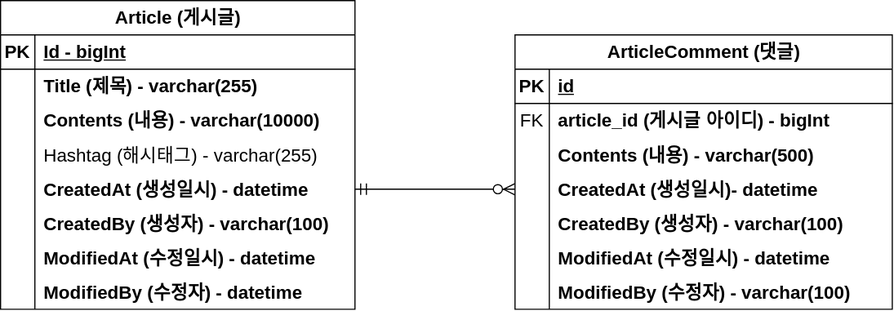
cdaosldk/fast-campus-project-board keeps this draw.io diagram as document/project-board-erd.drawio.svg. Above is the earlier version. Source tidied: cells renumbered, new cells last; positions are measured from the earlier drawing's top-left corner, leaving out a move shared by most shapes.
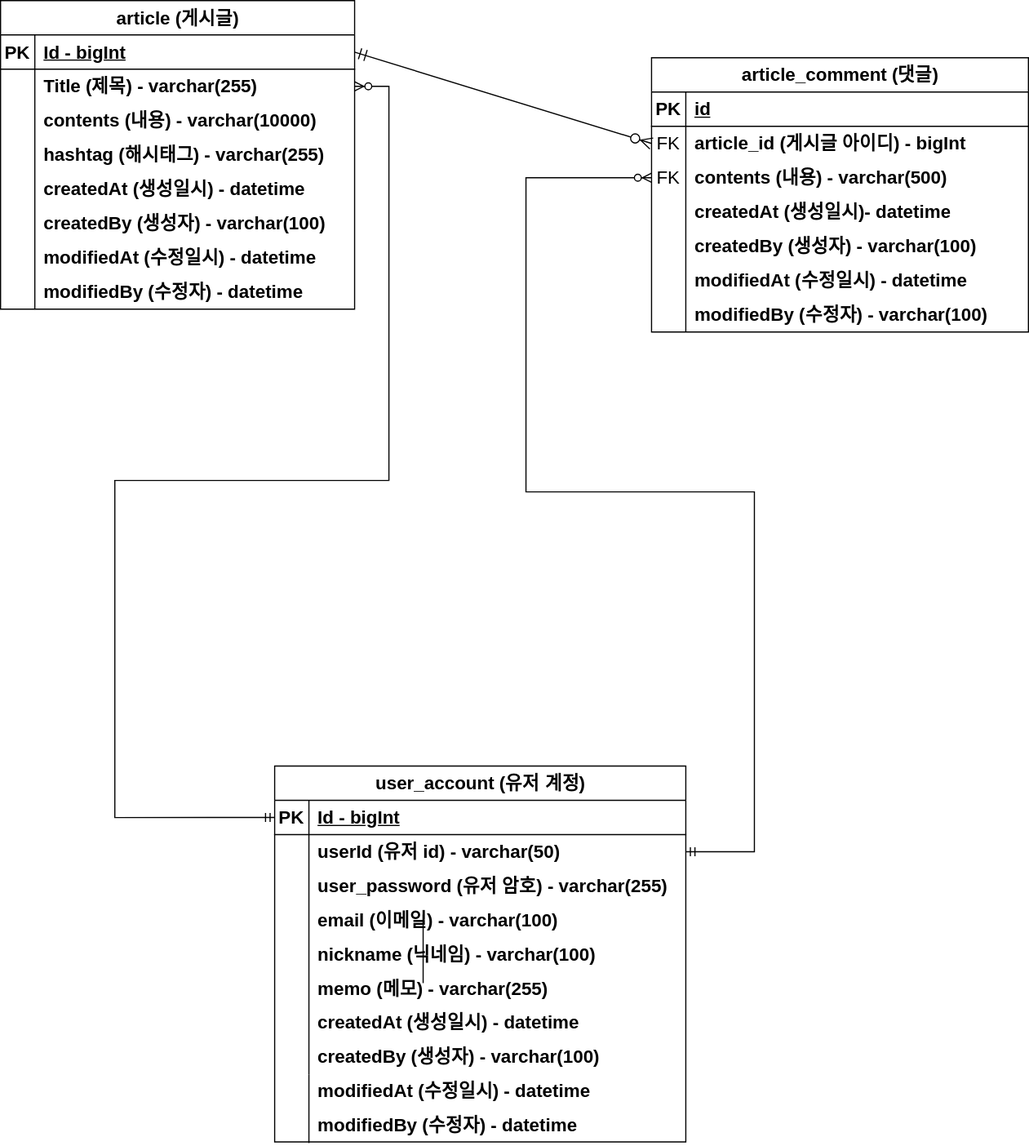
The same file after the commit.

Commit message:
#21 erd 업데이트

The edit, as a diff of the source:
```diff
@@ -4,4 +4,4 @@
     <mxCell id="1" parent="0" />
-    <mxCell id="2" value="Article (게시글)" style="shape=table;startSize=30;rowLines=0;fontStyle=1;align=center;html=1;fontSize=16;" parent="1" vertex="1">
-      <mxGeometry width="310" height="270" as="geometry" />
+    <mxCell id="2" value="article (게시글)" style="shape=table;startSize=30;rowLines=0;fontStyle=1;align=center;html=1;fontSize=16;" parent="1" vertex="1">
+      <mxGeometry x="-80" y="-100" width="310" height="270" as="geometry" />
     </mxCell>
@@ -31,3 +31,3 @@
     </mxCell>
-    <mxCell id="11" value="Contents (내용) - varchar(10000)" style="shape=partialRectangle;fillColor=none;top=0;left=0;bottom=0;right=0;align=left;spacingLeft=6;overflow=hidden;whiteSpace=wrap;html=1;fontSize=16;fontStyle=1;" parent="9" vertex="1">
+    <mxCell id="11" value="contents (내용) - varchar(10000)" style="shape=partialRectangle;fillColor=none;top=0;left=0;bottom=0;right=0;align=left;spacingLeft=6;overflow=hidden;whiteSpace=wrap;html=1;fontSize=16;fontStyle=1;" parent="9" vertex="1">
       <mxGeometry x="30" width="280" height="30" as="geometry" />
@@ -40,3 +40,3 @@
     </mxCell>
-    <mxCell id="14" value="Hashtag (해시태그) - varchar(255)" style="shape=partialRectangle;fillColor=none;top=0;left=0;bottom=0;right=0;align=left;spacingLeft=6;overflow=hidden;whiteSpace=wrap;html=1;fontSize=16;fontStyle=0;" parent="12" vertex="1">
+    <mxCell id="14" value="&lt;b&gt;hashtag (해시태그) - varchar(255)&lt;/b&gt;" style="shape=partialRectangle;fillColor=none;top=0;left=0;bottom=0;right=0;align=left;spacingLeft=6;overflow=hidden;whiteSpace=wrap;html=1;fontSize=16;fontStyle=0;" parent="12" vertex="1">
       <mxGeometry x="30" width="280" height="30" as="geometry" />
@@ -49,3 +49,3 @@
     </mxCell>
-    <mxCell id="17" value="CreatedAt (생성일시) - datetime" style="shape=partialRectangle;fillColor=none;top=0;left=0;bottom=0;right=0;align=left;spacingLeft=6;overflow=hidden;whiteSpace=wrap;html=1;fontSize=16;fontStyle=1;" parent="15" vertex="1">
+    <mxCell id="17" value="createdAt (생성일시) - datetime" style="shape=partialRectangle;fillColor=none;top=0;left=0;bottom=0;right=0;align=left;spacingLeft=6;overflow=hidden;whiteSpace=wrap;html=1;fontSize=16;fontStyle=1;" parent="15" vertex="1">
       <mxGeometry x="30" width="280" height="30" as="geometry" />
@@ -58,3 +58,3 @@
     </mxCell>
-    <mxCell id="20" value="CreatedBy (생성자) - varchar(100)" style="shape=partialRectangle;fillColor=none;top=0;left=0;bottom=0;right=0;align=left;spacingLeft=6;overflow=hidden;whiteSpace=wrap;html=1;fontSize=16;fontStyle=1;" parent="18" vertex="1">
+    <mxCell id="20" value="createdBy (생성자) - varchar(100)" style="shape=partialRectangle;fillColor=none;top=0;left=0;bottom=0;right=0;align=left;spacingLeft=6;overflow=hidden;whiteSpace=wrap;html=1;fontSize=16;fontStyle=1;" parent="18" vertex="1">
       <mxGeometry x="30" width="280" height="30" as="geometry" />
@@ -67,3 +67,3 @@
     </mxCell>
-    <mxCell id="23" value="ModifiedAt (수정일시) - datetime" style="shape=partialRectangle;fillColor=none;top=0;left=0;bottom=0;right=0;align=left;spacingLeft=6;overflow=hidden;whiteSpace=wrap;html=1;fontSize=16;fontStyle=1;" parent="21" vertex="1">
+    <mxCell id="23" value="modifiedAt (수정일시) - datetime" style="shape=partialRectangle;fillColor=none;top=0;left=0;bottom=0;right=0;align=left;spacingLeft=6;overflow=hidden;whiteSpace=wrap;html=1;fontSize=16;fontStyle=1;" parent="21" vertex="1">
       <mxGeometry x="30" width="280" height="30" as="geometry" />
@@ -76,7 +76,7 @@
     </mxCell>
-    <mxCell id="26" value="ModifiedBy (수정자) - datetime" style="shape=partialRectangle;fillColor=none;top=0;left=0;bottom=0;right=0;align=left;spacingLeft=6;overflow=hidden;whiteSpace=wrap;html=1;fontSize=16;fontStyle=1;" parent="24" vertex="1">
+    <mxCell id="26" value="modifiedBy (수정자) - datetime" style="shape=partialRectangle;fillColor=none;top=0;left=0;bottom=0;right=0;align=left;spacingLeft=6;overflow=hidden;whiteSpace=wrap;html=1;fontSize=16;fontStyle=1;" parent="24" vertex="1">
       <mxGeometry x="30" width="280" height="30" as="geometry" />
     </mxCell>
-    <mxCell id="27" value="ArticleComment (댓글)" style="shape=table;startSize=30;rowLines=0;fontStyle=1;align=center;html=1;fontSize=16;" parent="1" vertex="1">
-      <mxGeometry x="450" y="30" width="330" height="240" as="geometry" />
+    <mxCell id="27" value="article_comment (댓글)" style="shape=table;startSize=30;rowLines=0;fontStyle=1;align=center;html=1;fontSize=16;" parent="1" vertex="1">
+      <mxGeometry x="490" y="-50" width="330" height="240" as="geometry" />
     </mxCell>
@@ -103,6 +103,6 @@
     </mxCell>
-    <mxCell id="35" style="shape=partialRectangle;fillColor=none;top=0;left=0;bottom=0;right=0;overflow=hidden;whiteSpace=wrap;html=1;fontSize=16;" parent="34" vertex="1">
+    <mxCell id="35" value="FK" style="shape=partialRectangle;fillColor=none;top=0;left=0;bottom=0;right=0;overflow=hidden;whiteSpace=wrap;html=1;fontSize=16;" parent="34" vertex="1">
       <mxGeometry width="30" height="30" as="geometry" />
     </mxCell>
-    <mxCell id="36" value="Contents (내용) - varchar(500)" style="shape=partialRectangle;fillColor=none;top=0;left=0;bottom=0;right=0;align=left;spacingLeft=6;overflow=hidden;whiteSpace=wrap;html=1;fontSize=16;fontStyle=1;" parent="34" vertex="1">
+    <mxCell id="36" value="contents (내용) - varchar(500)" style="shape=partialRectangle;fillColor=none;top=0;left=0;bottom=0;right=0;align=left;spacingLeft=6;overflow=hidden;whiteSpace=wrap;html=1;fontSize=16;fontStyle=1;" parent="34" vertex="1">
       <mxGeometry x="30" width="300" height="30" as="geometry" />
@@ -115,3 +115,3 @@
     </mxCell>
-    <mxCell id="39" value="CreatedAt (생성일시)- datetime" style="shape=partialRectangle;fillColor=none;top=0;left=0;bottom=0;right=0;align=left;spacingLeft=6;overflow=hidden;whiteSpace=wrap;html=1;fontSize=16;fontStyle=1;" parent="37" vertex="1">
+    <mxCell id="39" value="createdAt (생성일시)- datetime" style="shape=partialRectangle;fillColor=none;top=0;left=0;bottom=0;right=0;align=left;spacingLeft=6;overflow=hidden;whiteSpace=wrap;html=1;fontSize=16;fontStyle=1;" parent="37" vertex="1">
       <mxGeometry x="30" width="300" height="30" as="geometry" />
@@ -124,3 +124,3 @@
     </mxCell>
-    <mxCell id="42" value="CreatedBy (생성자) - varchar(100)" style="shape=partialRectangle;fillColor=none;top=0;left=0;bottom=0;right=0;align=left;spacingLeft=6;overflow=hidden;whiteSpace=wrap;html=1;fontSize=16;fontStyle=1;" parent="40" vertex="1">
+    <mxCell id="42" value="createdBy (생성자) - varchar(100)" style="shape=partialRectangle;fillColor=none;top=0;left=0;bottom=0;right=0;align=left;spacingLeft=6;overflow=hidden;whiteSpace=wrap;html=1;fontSize=16;fontStyle=1;" parent="40" vertex="1">
       <mxGeometry x="30" width="300" height="30" as="geometry" />
@@ -133,3 +133,3 @@
     </mxCell>
-    <mxCell id="45" value="ModifiedAt (수정일시) - datetime" style="shape=partialRectangle;fillColor=none;top=0;left=0;bottom=0;right=0;align=left;spacingLeft=6;overflow=hidden;whiteSpace=wrap;html=1;fontSize=16;fontStyle=1;" parent="43" vertex="1">
+    <mxCell id="45" value="modifiedAt (수정일시) - datetime" style="shape=partialRectangle;fillColor=none;top=0;left=0;bottom=0;right=0;align=left;spacingLeft=6;overflow=hidden;whiteSpace=wrap;html=1;fontSize=16;fontStyle=1;" parent="43" vertex="1">
       <mxGeometry x="30" width="300" height="30" as="geometry" />
@@ -142,8 +142,127 @@
     </mxCell>
-    <mxCell id="48" value="ModifiedBy (수정자) - varchar(100)" style="shape=partialRectangle;fillColor=none;top=0;left=0;bottom=0;right=0;align=left;spacingLeft=6;overflow=hidden;whiteSpace=wrap;html=1;fontSize=16;fontStyle=1;" parent="46" vertex="1">
+    <mxCell id="48" value="modifiedBy (수정자) - varchar(100)" style="shape=partialRectangle;fillColor=none;top=0;left=0;bottom=0;right=0;align=left;spacingLeft=6;overflow=hidden;whiteSpace=wrap;html=1;fontSize=16;fontStyle=1;" parent="46" vertex="1">
       <mxGeometry x="30" width="300" height="30" as="geometry" />
     </mxCell>
-    <mxCell id="49" style="edgeStyle=entityRelationEdgeStyle;fontSize=12;html=1;endArrow=ERzeroToMany;startArrow=ERmandOne;rounded=0;startSize=8;endSize=8;curved=1;entryX=0;entryY=0.5;entryDx=0;entryDy=0;exitX=1;exitY=0.5;exitDx=0;exitDy=0;" parent="1" edge="1" source="15" target="37">
+    <mxCell id="49" style="fontSize=12;html=1;endArrow=ERzeroToMany;startArrow=ERmandOne;rounded=0;startSize=8;endSize=8;entryX=0;entryY=0.5;entryDx=0;entryDy=0;exitX=1;exitY=0.5;exitDx=0;exitDy=0;" parent="1" edge="1" source="3" target="31">
       <mxGeometry relative="1" as="geometry" />
     </mxCell>
+    <mxCell id="50" value="user_account (유저 계정)" style="shape=table;startSize=30;rowLines=0;fontStyle=1;align=center;html=1;fontSize=16;" parent="1" vertex="1">
+      <mxGeometry x="160" y="570" width="360" height="329" as="geometry" />
+    </mxCell>
+    <mxCell id="51" style="shape=tableRow;horizontal=0;startSize=0;swimlaneHead=0;swimlaneBody=0;fillColor=none;points=[[0,0.5],[1,0.5]];portConstraint=eastwest;top=0;left=0;right=0;bottom=1;fontSize=16;" parent="50" vertex="1">
+      <mxGeometry y="30" width="360" height="30" as="geometry" />
+    </mxCell>
+    <mxCell id="52" value="PK" style="shape=partialRectangle;fillColor=none;top=0;left=0;bottom=0;right=0;fontStyle=1;overflow=hidden;whiteSpace=wrap;html=1;fontSize=16;" parent="51" vertex="1">
+      <mxGeometry width="30" height="30" as="geometry" />
+    </mxCell>
+    <mxCell id="53" value="Id - bigInt" style="shape=partialRectangle;fillColor=none;top=0;left=0;bottom=0;right=0;align=left;spacingLeft=6;fontStyle=5;overflow=hidden;whiteSpace=wrap;html=1;fontSize=16;" parent="51" vertex="1">
+      <mxGeometry x="30" width="330" height="30" as="geometry" />
+    </mxCell>
+    <mxCell id="54" style="shape=tableRow;horizontal=0;startSize=0;swimlaneHead=0;swimlaneBody=0;fillColor=none;points=[[0,0.5],[1,0.5]];portConstraint=eastwest;top=0;left=0;right=0;bottom=0;fontSize=16;" parent="50" vertex="1">
+      <mxGeometry y="60" width="360" height="30" as="geometry" />
+    </mxCell>
+    <mxCell id="55" style="shape=partialRectangle;fillColor=none;top=0;left=0;bottom=0;right=0;overflow=hidden;whiteSpace=wrap;html=1;fontSize=16;" parent="54" vertex="1">
+      <mxGeometry width="30" height="30" as="geometry" />
+    </mxCell>
+    <mxCell id="56" value="userId (유저 id) - varchar(50)" style="shape=partialRectangle;fillColor=none;top=0;left=0;bottom=0;right=0;align=left;spacingLeft=6;overflow=hidden;whiteSpace=wrap;html=1;fontSize=16;fontStyle=1;" parent="54" vertex="1">
+      <mxGeometry x="30" width="330" height="30" as="geometry" />
+    </mxCell>
+    <mxCell id="57" style="shape=tableRow;horizontal=0;startSize=0;swimlaneHead=0;swimlaneBody=0;fillColor=none;top=0;left=0;right=0;bottom=0;fontSize=16;" parent="50" vertex="1">
+      <mxGeometry y="90" width="360" height="30" as="geometry" />
+    </mxCell>
+    <mxCell id="58" style="shape=partialRectangle;fillColor=none;top=0;left=0;bottom=0;right=0;overflow=hidden;whiteSpace=wrap;html=1;fontSize=16;" parent="57" vertex="1">
+      <mxGeometry width="30" height="30" as="geometry" />
+    </mxCell>
+    <mxCell id="59" value="user_password (유저 암호) - varchar(255)" style="shape=partialRectangle;fillColor=none;top=0;left=0;bottom=0;right=0;align=left;spacingLeft=6;overflow=hidden;whiteSpace=wrap;html=1;fontSize=16;fontStyle=1;" parent="57" vertex="1">
+      <mxGeometry x="30" width="330" height="30" as="geometry" />
+    </mxCell>
+    <mxCell id="60" style="shape=tableRow;horizontal=0;startSize=0;swimlaneHead=0;swimlaneBody=0;fillColor=none;top=0;left=0;right=0;bottom=0;fontSize=16;" parent="50" vertex="1">
+      <mxGeometry y="120" width="360" height="30" as="geometry" />
+    </mxCell>
+    <mxCell id="61" style="shape=partialRectangle;fillColor=none;top=0;left=0;bottom=0;right=0;overflow=hidden;whiteSpace=wrap;html=1;fontSize=16;" parent="60" vertex="1">
+      <mxGeometry width="30" height="30" as="geometry" />
+    </mxCell>
+    <mxCell id="62" value="&lt;b&gt;email (이메일) - varchar(100)&lt;/b&gt;" style="shape=partialRectangle;fillColor=none;top=0;left=0;bottom=0;right=0;align=left;spacingLeft=6;overflow=hidden;whiteSpace=wrap;html=1;fontSize=16;fontStyle=0;" parent="60" vertex="1">
+      <mxGeometry x="30" width="330" height="30" as="geometry" />
+    </mxCell>
+    <mxCell id="63" style="shape=tableRow;horizontal=0;startSize=0;swimlaneHead=0;swimlaneBody=0;fillColor=none;top=0;left=0;right=0;bottom=0;fontSize=16;" parent="50" vertex="1">
+      <mxGeometry y="150" width="360" height="30" as="geometry" />
+    </mxCell>
+    <mxCell id="64" style="shape=partialRectangle;fillColor=none;top=0;left=0;bottom=0;right=0;overflow=hidden;whiteSpace=wrap;html=1;fontSize=16;" parent="63" vertex="1">
+      <mxGeometry width="30" height="30" as="geometry" />
+    </mxCell>
+    <mxCell id="65" value="nickname (닉네임) - varchar(100)" style="shape=partialRectangle;fillColor=none;top=0;left=0;bottom=0;right=0;align=left;spacingLeft=6;overflow=hidden;whiteSpace=wrap;html=1;fontSize=16;fontStyle=1;" parent="63" vertex="1">
+      <mxGeometry x="30" width="330" height="30" as="geometry" />
+    </mxCell>
+    <mxCell id="66" style="shape=tableRow;horizontal=0;startSize=0;swimlaneHead=0;swimlaneBody=0;fillColor=none;top=0;left=0;right=0;bottom=0;fontSize=16;" parent="50" vertex="1">
+      <mxGeometry y="180" width="360" height="30" as="geometry" />
+    </mxCell>
+    <mxCell id="67" style="shape=partialRectangle;fillColor=none;top=0;left=0;bottom=0;right=0;overflow=hidden;whiteSpace=wrap;html=1;fontSize=16;" parent="66" vertex="1">
+      <mxGeometry width="30" height="30" as="geometry" />
+    </mxCell>
+    <mxCell id="68" value="memo (메모) - varchar(255)" style="shape=partialRectangle;fillColor=none;top=0;left=0;bottom=0;right=0;align=left;spacingLeft=6;overflow=hidden;whiteSpace=wrap;html=1;fontSize=16;fontStyle=1;" parent="66" vertex="1">
+      <mxGeometry x="30" width="330" height="30" as="geometry" />
+    </mxCell>
+    <mxCell id="69" style="shape=tableRow;horizontal=0;startSize=0;swimlaneHead=0;swimlaneBody=0;fillColor=none;top=0;left=0;right=0;bottom=0;fontSize=16;" parent="50" vertex="1">
+      <mxGeometry y="210" width="360" height="30" as="geometry" />
+    </mxCell>
+    <mxCell id="70" style="shape=partialRectangle;fillColor=none;top=0;left=0;bottom=0;right=0;overflow=hidden;whiteSpace=wrap;html=1;fontSize=16;" parent="69" vertex="1">
+      <mxGeometry width="30" height="30" as="geometry" />
+    </mxCell>
+    <mxCell id="71" style="shape=partialRectangle;fillColor=none;top=0;left=0;bottom=0;right=0;align=left;spacingLeft=6;overflow=hidden;whiteSpace=wrap;html=1;fontSize=16;fontStyle=1;" parent="69" vertex="1">
+      <mxGeometry x="30" width="330" height="30" as="geometry" />
+    </mxCell>
+    <mxCell id="72" style="shape=tableRow;horizontal=0;startSize=0;swimlaneHead=0;swimlaneBody=0;fillColor=none;top=0;left=0;right=0;bottom=0;fontSize=16;" parent="50" vertex="1">
+      <mxGeometry y="240" width="360" height="30" as="geometry" />
+    </mxCell>
+    <mxCell id="73" style="shape=partialRectangle;fillColor=none;top=0;left=0;bottom=0;right=0;overflow=hidden;whiteSpace=wrap;html=1;fontSize=16;" parent="72" vertex="1">
+      <mxGeometry width="30" height="30" as="geometry" />
+    </mxCell>
+    <mxCell id="74" style="shape=partialRectangle;fillColor=none;top=0;left=0;bottom=0;right=0;align=left;spacingLeft=6;overflow=hidden;whiteSpace=wrap;html=1;fontSize=16;fontStyle=1;" parent="72" vertex="1">
+      <mxGeometry x="30" width="330" height="30" as="geometry" />
+    </mxCell>
+    <mxCell id="75" style="endArrow=none;html=1;rounded=0;" parent="1" edge="1">
+      <mxGeometry relative="1" as="geometry">
+        <mxPoint x="290" y="760" as="sourcePoint" />
+        <mxPoint x="290" y="700" as="targetPoint" />
+      </mxGeometry>
+    </mxCell>
+    <mxCell id="76" style="edgeStyle=orthogonalEdgeStyle;fontSize=12;html=1;endArrow=ERzeroToMany;startArrow=ERmandOne;rounded=0;entryX=1;entryY=0.5;entryDx=0;entryDy=0;exitX=0;exitY=0.5;exitDx=0;exitDy=0;" parent="1" edge="1" source="51" target="6">
+      <mxGeometry relative="1" as="geometry">
+        <Array as="points">
+          <mxPoint x="20" y="615" />
+          <mxPoint x="20" y="320" />
+          <mxPoint x="260" y="320" />
+          <mxPoint x="260" y="-25" />
+        </Array>
+      </mxGeometry>
+    </mxCell>
+    <mxCell id="77" style="edgeStyle=orthogonalEdgeStyle;fontSize=12;html=1;endArrow=ERzeroToMany;startArrow=ERmandOne;rounded=0;entryX=0;entryY=0.5;entryDx=0;entryDy=0;exitX=1;exitY=0.5;exitDx=0;exitDy=0;" parent="1" edge="1" source="54" target="34">
+      <mxGeometry relative="1" as="geometry">
+        <Array as="points">
+          <mxPoint x="580" y="645" />
+          <mxPoint x="580" y="330" />
+          <mxPoint x="380" y="330" />
+          <mxPoint x="380" y="55" />
+        </Array>
+      </mxGeometry>
+    </mxCell>
+    <mxCell id="78" value="createdAt (생성일시) - datetime" style="shape=partialRectangle;fillColor=none;top=0;left=0;bottom=0;right=0;align=left;spacingLeft=6;overflow=hidden;whiteSpace=wrap;html=1;fontSize=16;fontStyle=1;" parent="1" vertex="1">
+      <mxGeometry x="190" y="779" width="280" height="30" as="geometry" />
+    </mxCell>
+    <mxCell id="79" value="createdBy (생성자) - varchar(100)" style="shape=partialRectangle;fillColor=none;top=0;left=0;bottom=0;right=0;align=left;spacingLeft=6;overflow=hidden;whiteSpace=wrap;html=1;fontSize=16;fontStyle=1;strokeColor=default;" parent="1" vertex="1">
+      <mxGeometry x="190" y="809" width="280" height="30" as="geometry" />
+    </mxCell>
+    <mxCell id="80" value="modifiedAt (수정일시) - datetime" style="shape=partialRectangle;fillColor=none;top=0;left=0;bottom=0;right=0;align=left;spacingLeft=6;overflow=hidden;whiteSpace=wrap;html=1;fontSize=16;fontStyle=1;" parent="1" vertex="1">
+      <mxGeometry x="190" y="839" width="280" height="30" as="geometry" />
+    </mxCell>
+    <mxCell id="81" value="modifiedBy (수정자) - datetime" style="shape=partialRectangle;fillColor=none;top=0;left=0;bottom=0;right=0;align=left;spacingLeft=6;overflow=hidden;whiteSpace=wrap;html=1;fontSize=16;fontStyle=1;" parent="1" vertex="1">
+      <mxGeometry x="190" y="869" width="280" height="30" as="geometry" />
+    </mxCell>
+    <mxCell id="82" style="endArrow=none;html=1;rounded=0;" parent="1" edge="1">
+      <mxGeometry relative="1" as="geometry">
+        <mxPoint x="190" y="900" as="sourcePoint" />
+        <mxPoint x="190" y="840" as="targetPoint" />
+      </mxGeometry>
+    </mxCell>
   </root>
```
